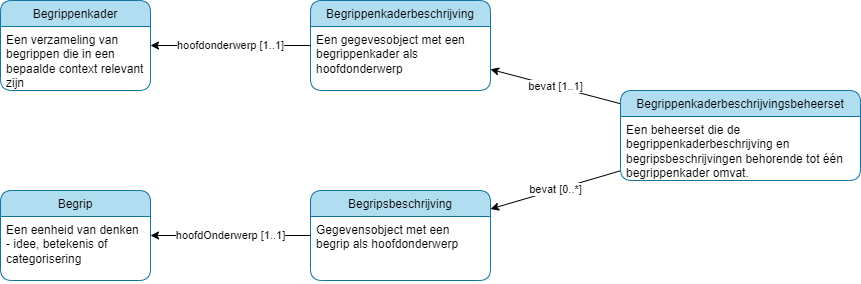
Above: sessies/metadata/versiebeheer/media/versiebeheer.begrippenkaderbeschrijving.drawio.png in pldn/nederlands-profiel-voor-stelselcatalogi (draw.io), before the change. Source tidied: cells renumbered, new cells last; positions are measured from the earlier drawing's top-left corner, leaving out a move shared by most shapes. Its diagram source:
```xml
<mxGraphModel background="#ffffff">
  <root>
    <mxCell id="0" />
    <mxCell id="1" parent="0" />
    <mxCell id="2" value="bevat [1..1]" style="edgeStyle=none;html=1;" parent="1" edge="1" source="10" target="4">
      <mxGeometry relative="1" as="geometry" />
    </mxCell>
    <mxCell id="3" value="hoofdonderwerp [1..1]" style="edgeStyle=none;html=1;" parent="1" edge="1" source="4" target="12">
      <mxGeometry relative="1" as="geometry" />
    </mxCell>
    <mxCell id="4" value="Begrippenkaderbeschrijving" style="swimlane;fontStyle=0;horizontal=1;startSize=26;fillColor=#b1ddf0;rounded=1;strokeColor=#10739e;" parent="1" vertex="1">
      <mxGeometry x="310" width="180" height="90" as="geometry" />
    </mxCell>
    <mxCell id="5" value="Een gegevesobject met een begrippenkader als hoofdonderwerp" style="text;strokeColor=none;fillColor=none;align=left;verticalAlign=top;spacingLeft=4;spacingRight=4;overflow=hidden;whiteSpace=wrap;" parent="4" vertex="1">
      <mxGeometry y="26" width="180" height="64" as="geometry" />
    </mxCell>
    <mxCell id="6" value="hoofdOnderwerp [1..1]" style="edgeStyle=none;html=1;" parent="1" edge="1" source="7" target="14">
      <mxGeometry relative="1" as="geometry" />
    </mxCell>
    <mxCell id="7" value="Begripsbeschrijving" style="swimlane;fontStyle=0;horizontal=1;startSize=26;fillColor=#b1ddf0;rounded=1;strokeColor=#10739e;" parent="1" vertex="1">
      <mxGeometry x="310" y="190" width="180" height="90" as="geometry" />
    </mxCell>
    <mxCell id="8" value="Gegevensobject met een begrip als hoofdonderwerp" style="text;strokeColor=none;fillColor=none;align=left;verticalAlign=top;spacingLeft=4;spacingRight=4;overflow=hidden;whiteSpace=wrap;" parent="7" vertex="1">
      <mxGeometry y="26" width="180" height="64" as="geometry" />
    </mxCell>
    <mxCell id="9" value="bevat [0..*]" style="edgeStyle=none;html=1;" parent="1" edge="1" source="10" target="7">
      <mxGeometry relative="1" as="geometry" />
    </mxCell>
    <mxCell id="10" value="Begrippenkaderbeschrijvingsbeheerset" style="swimlane;fontStyle=0;horizontal=1;startSize=26;fillColor=#b1ddf0;rounded=1;strokeColor=#10739e;" parent="1" vertex="1">
      <mxGeometry x="620" y="90" width="240" height="90" as="geometry" />
    </mxCell>
    <mxCell id="11" value="Een beheerset die de begrippenkaderbeschrijving en begripsbeschrijvingen behorende tot één begrippenkader omvat." style="text;strokeColor=none;fillColor=none;align=left;verticalAlign=top;spacingLeft=4;spacingRight=4;overflow=hidden;whiteSpace=wrap;spacingBottom=0;" parent="10" vertex="1">
      <mxGeometry y="26" width="240" height="64" as="geometry" />
    </mxCell>
    <mxCell id="12" value="Begrippenkader" style="swimlane;fontStyle=0;horizontal=1;startSize=26;fillColor=#b1ddf0;rounded=1;strokeColor=#10739e;" parent="1" vertex="1">
      <mxGeometry width="150" height="90" as="geometry" />
    </mxCell>
    <mxCell id="13" value="Een verzameling van begrippen die in een bepaalde context relevant zijn" style="text;strokeColor=none;fillColor=none;align=left;verticalAlign=top;spacingLeft=4;spacingRight=4;overflow=hidden;whiteSpace=wrap;" parent="12" vertex="1">
      <mxGeometry y="26" width="150" height="64" as="geometry" />
    </mxCell>
    <mxCell id="14" value="Begrip" style="swimlane;fontStyle=0;horizontal=1;startSize=26;fillColor=#b1ddf0;rounded=1;strokeColor=#10739e;" parent="1" vertex="1">
      <mxGeometry y="190" width="150" height="90" as="geometry" />
    </mxCell>
    <mxCell id="15" value="Een eenheid van denken - idee, betekenis of categorisering" style="text;strokeColor=none;fillColor=none;align=left;verticalAlign=top;spacingLeft=4;spacingRight=4;overflow=hidden;whiteSpace=wrap;" parent="14" vertex="1">
      <mxGeometry y="26" width="150" height="64" as="geometry" />
    </mxCell>
  </root>
</mxGraphModel>
```
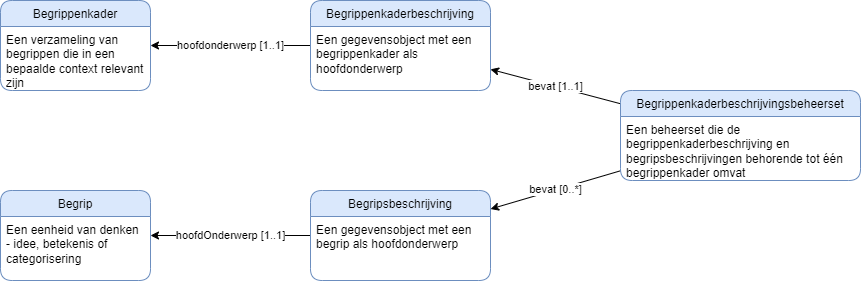
Later version of the same file.

The edit, as a diff of the source:
```diff
@@ -8,37 +8,37 @@
     <mxCell id="3" value="hoofdonderwerp [1..1]" style="edgeStyle=none;html=1;" parent="1" edge="1" source="4" target="12">
       <mxGeometry relative="1" as="geometry" />
     </mxCell>
-    <mxCell id="4" value="Begrippenkaderbeschrijving" style="swimlane;fontStyle=0;horizontal=1;startSize=26;fillColor=#b1ddf0;rounded=1;strokeColor=#10739e;" parent="1" vertex="1">
+    <mxCell id="4" value="Begrippenkaderbeschrijving" style="swimlane;fontStyle=0;horizontal=1;startSize=26;fillColor=#dae8fc;rounded=1;strokeColor=#6c8ebf;" parent="1" vertex="1">
       <mxGeometry x="310" width="180" height="90" as="geometry" />
     </mxCell>
-    <mxCell id="5" value="Een gegevesobject met een begrippenkader als hoofdonderwerp" style="text;strokeColor=none;fillColor=none;align=left;verticalAlign=top;spacingLeft=4;spacingRight=4;overflow=hidden;whiteSpace=wrap;" parent="4" vertex="1">
+    <mxCell id="5" value="Een gegevensobject met een begrippenkader als hoofdonderwerp" style="text;strokeColor=none;fillColor=none;align=left;verticalAlign=top;spacingLeft=4;spacingRight=4;overflow=hidden;whiteSpace=wrap;" parent="4" vertex="1">
       <mxGeometry y="26" width="180" height="64" as="geometry" />
     </mxCell>
     <mxCell id="6" value="hoofdOnderwerp [1..1]" style="edgeStyle=none;html=1;" parent="1" edge="1" source="7" target="14">
       <mxGeometry relative="1" as="geometry" />
     </mxCell>
-    <mxCell id="7" value="Begripsbeschrijving" style="swimlane;fontStyle=0;horizontal=1;startSize=26;fillColor=#b1ddf0;rounded=1;strokeColor=#10739e;" parent="1" vertex="1">
+    <mxCell id="7" value="Begripsbeschrijving" style="swimlane;fontStyle=0;horizontal=1;startSize=26;fillColor=#dae8fc;rounded=1;strokeColor=#6c8ebf;" parent="1" vertex="1">
       <mxGeometry x="310" y="190" width="180" height="90" as="geometry" />
     </mxCell>
-    <mxCell id="8" value="Gegevensobject met een begrip als hoofdonderwerp" style="text;strokeColor=none;fillColor=none;align=left;verticalAlign=top;spacingLeft=4;spacingRight=4;overflow=hidden;whiteSpace=wrap;" parent="7" vertex="1">
+    <mxCell id="8" value="Een gegevensobject met een begrip als hoofdonderwerp" style="text;strokeColor=none;fillColor=none;align=left;verticalAlign=top;spacingLeft=4;spacingRight=4;overflow=hidden;whiteSpace=wrap;" parent="7" vertex="1">
       <mxGeometry y="26" width="180" height="64" as="geometry" />
     </mxCell>
     <mxCell id="9" value="bevat [0..*]" style="edgeStyle=none;html=1;" parent="1" edge="1" source="10" target="7">
       <mxGeometry relative="1" as="geometry" />
     </mxCell>
-    <mxCell id="10" value="Begrippenkaderbeschrijvingsbeheerset" style="swimlane;fontStyle=0;horizontal=1;startSize=26;fillColor=#b1ddf0;rounded=1;strokeColor=#10739e;" parent="1" vertex="1">
+    <mxCell id="10" value="Begrippenkaderbeschrijvingsbeheerset" style="swimlane;fontStyle=0;horizontal=1;startSize=26;fillColor=#dae8fc;rounded=1;strokeColor=#6c8ebf;" parent="1" vertex="1">
       <mxGeometry x="620" y="90" width="240" height="90" as="geometry" />
     </mxCell>
-    <mxCell id="11" value="Een beheerset die de begrippenkaderbeschrijving en begripsbeschrijvingen behorende tot één begrippenkader omvat." style="text;strokeColor=none;fillColor=none;align=left;verticalAlign=top;spacingLeft=4;spacingRight=4;overflow=hidden;whiteSpace=wrap;spacingBottom=0;" parent="10" vertex="1">
+    <mxCell id="11" value="Een beheerset die de begrippenkaderbeschrijving en begripsbeschrijvingen behorende tot één begrippenkader omvat" style="text;strokeColor=none;fillColor=none;align=left;verticalAlign=top;spacingLeft=4;spacingRight=4;overflow=hidden;whiteSpace=wrap;spacingBottom=0;" parent="10" vertex="1">
       <mxGeometry y="26" width="240" height="64" as="geometry" />
     </mxCell>
-    <mxCell id="12" value="Begrippenkader" style="swimlane;fontStyle=0;horizontal=1;startSize=26;fillColor=#b1ddf0;rounded=1;strokeColor=#10739e;" parent="1" vertex="1">
+    <mxCell id="12" value="Begrippenkader" style="swimlane;fontStyle=0;horizontal=1;startSize=26;fillColor=#dae8fc;rounded=1;strokeColor=#6c8ebf;" parent="1" vertex="1">
       <mxGeometry width="150" height="90" as="geometry" />
     </mxCell>
     <mxCell id="13" value="Een verzameling van begrippen die in een bepaalde context relevant zijn" style="text;strokeColor=none;fillColor=none;align=left;verticalAlign=top;spacingLeft=4;spacingRight=4;overflow=hidden;whiteSpace=wrap;" parent="12" vertex="1">
       <mxGeometry y="26" width="150" height="64" as="geometry" />
     </mxCell>
-    <mxCell id="14" value="Begrip" style="swimlane;fontStyle=0;horizontal=1;startSize=26;fillColor=#b1ddf0;rounded=1;strokeColor=#10739e;" parent="1" vertex="1">
+    <mxCell id="14" value="Begrip" style="swimlane;fontStyle=0;horizontal=1;startSize=26;fillColor=#dae8fc;rounded=1;strokeColor=#6c8ebf;" parent="1" vertex="1">
       <mxGeometry y="190" width="150" height="90" as="geometry" />
     </mxCell>
     <mxCell id="15" value="Een eenheid van denken - idee, betekenis of categorisering" style="text;strokeColor=none;fillColor=none;align=left;verticalAlign=top;spacingLeft=4;spacingRight=4;overflow=hidden;whiteSpace=wrap;" parent="14" vertex="1">
```
